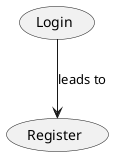
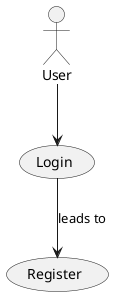
@startuml
+ actor User
usecase Login
usecase Register
+ User --> Login
Login --> Register : leads to
@enduml
